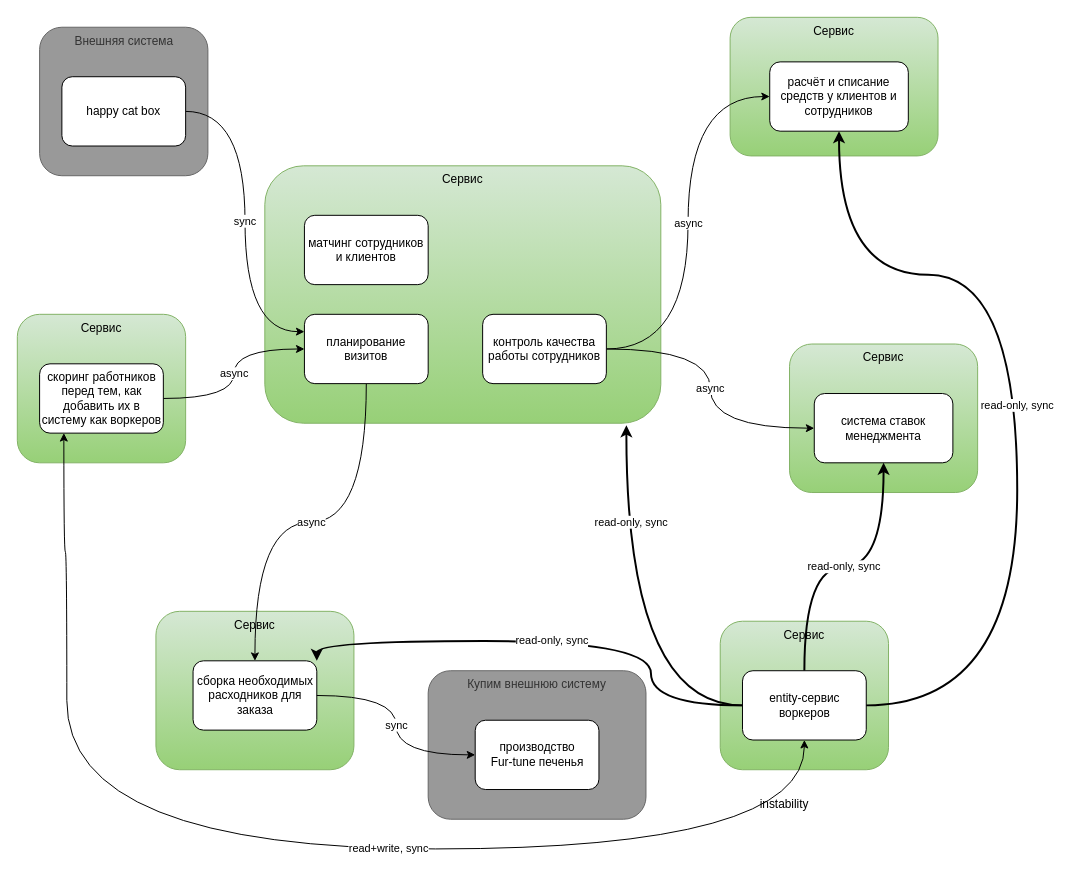
Earlier version of the draw.io diagram 4_Model_2.drawio (jnzz/MCF). Source tidied: cells renumbered, new cells numbered last; positions are measured from the earlier drawing's top-left corner, leaving out a move shared by most shapes. Both pictures are drawn from the tidied source at 99%, with x=0, y=0 at pixel (17, 17).
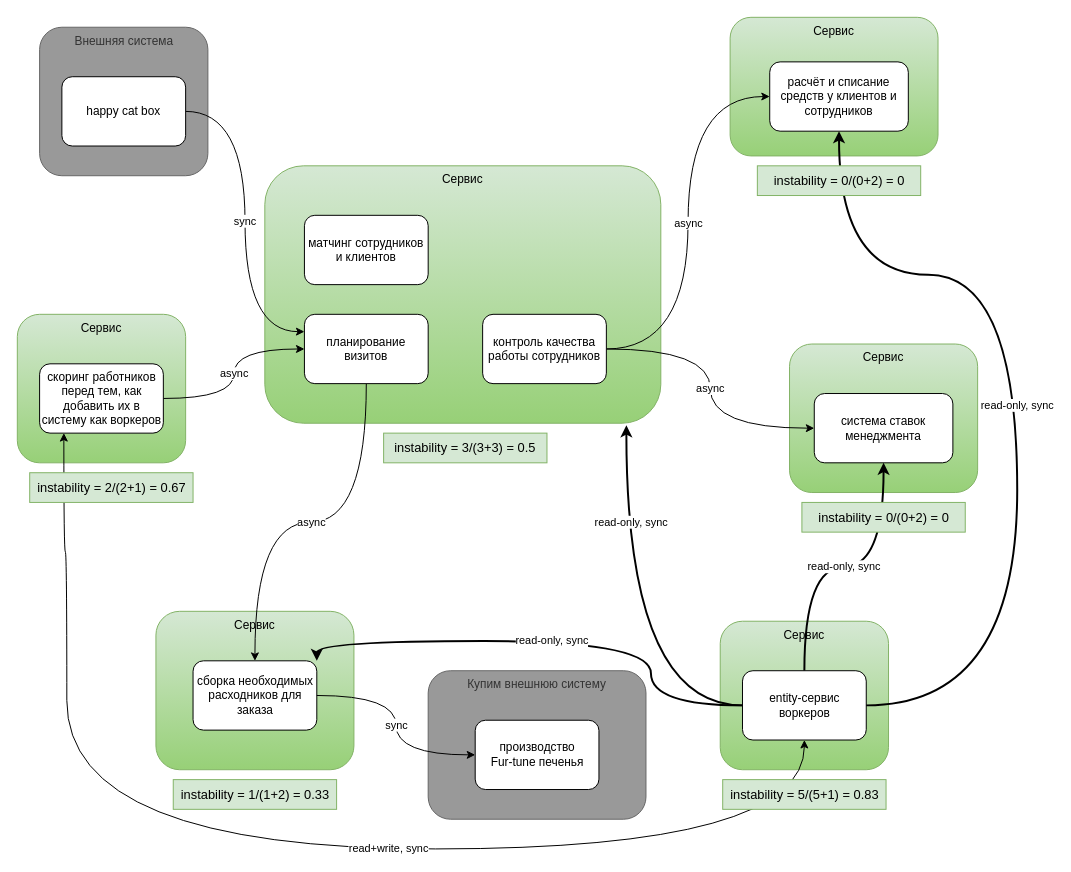
The same diagram, later.

What changed in the source:
```diff
@@
-    <mxCell id="31" value="instability" style="text;html=1;align=center;verticalAlign=middle;whiteSpace=wrap;rounded=0;" parent="1" vertex="1">
-      <mxGeometry x="745" y="780" width="60" height="30" as="geometry" />
+    <mxCell id="31" value="instability = 5/(5+1) = 0.83" style="text;html=1;align=center;verticalAlign=middle;whiteSpace=wrap;rounded=0;fontSize=13;fillColor=#d5e8d4;strokeColor=#82b366;" parent="1" vertex="1">
+      <mxGeometry x="712.5" y="770" width="165" height="30" as="geometry" />
     </mxCell>
+    <mxCell id="32" value="instability = 2/(2+1) = 0.67" style="text;html=1;align=center;verticalAlign=middle;whiteSpace=wrap;rounded=0;fontSize=13;fillColor=#d5e8d4;strokeColor=#82b366;" parent="1" vertex="1">
+      <mxGeometry x="12.5" y="460" width="165" height="30" as="geometry" />
+    </mxCell>
+    <mxCell id="33" value="instability = 0/(0+2) = 0" style="text;html=1;align=center;verticalAlign=middle;whiteSpace=wrap;rounded=0;fontSize=13;fillColor=#d5e8d4;strokeColor=#82b366;" parent="1" vertex="1">
+      <mxGeometry x="747.5" y="150" width="165" height="30" as="geometry" />
+    </mxCell>
+    <mxCell id="34" value="instability = 0/(0+2) = 0" style="text;html=1;align=center;verticalAlign=middle;whiteSpace=wrap;rounded=0;fontSize=13;fillColor=#d5e8d4;strokeColor=#82b366;" parent="1" vertex="1">
+      <mxGeometry x="792.5" y="490" width="165" height="30" as="geometry" />
+    </mxCell>
+    <mxCell id="35" value="instability = 3/(3+3) = 0.5" style="text;html=1;align=center;verticalAlign=middle;whiteSpace=wrap;rounded=0;fontSize=13;fillColor=#d5e8d4;strokeColor=#82b366;" parent="1" vertex="1">
+      <mxGeometry x="370" y="420" width="165" height="30" as="geometry" />
+    </mxCell>
+    <mxCell id="36" value="instability = 1/(1+2) = 0.33" style="text;html=1;align=center;verticalAlign=middle;whiteSpace=wrap;rounded=0;fontSize=13;fillColor=#d5e8d4;strokeColor=#82b366;" parent="1" vertex="1">
+      <mxGeometry x="157.5" y="770" width="165" height="30" as="geometry" />
+    </mxCell>
```
